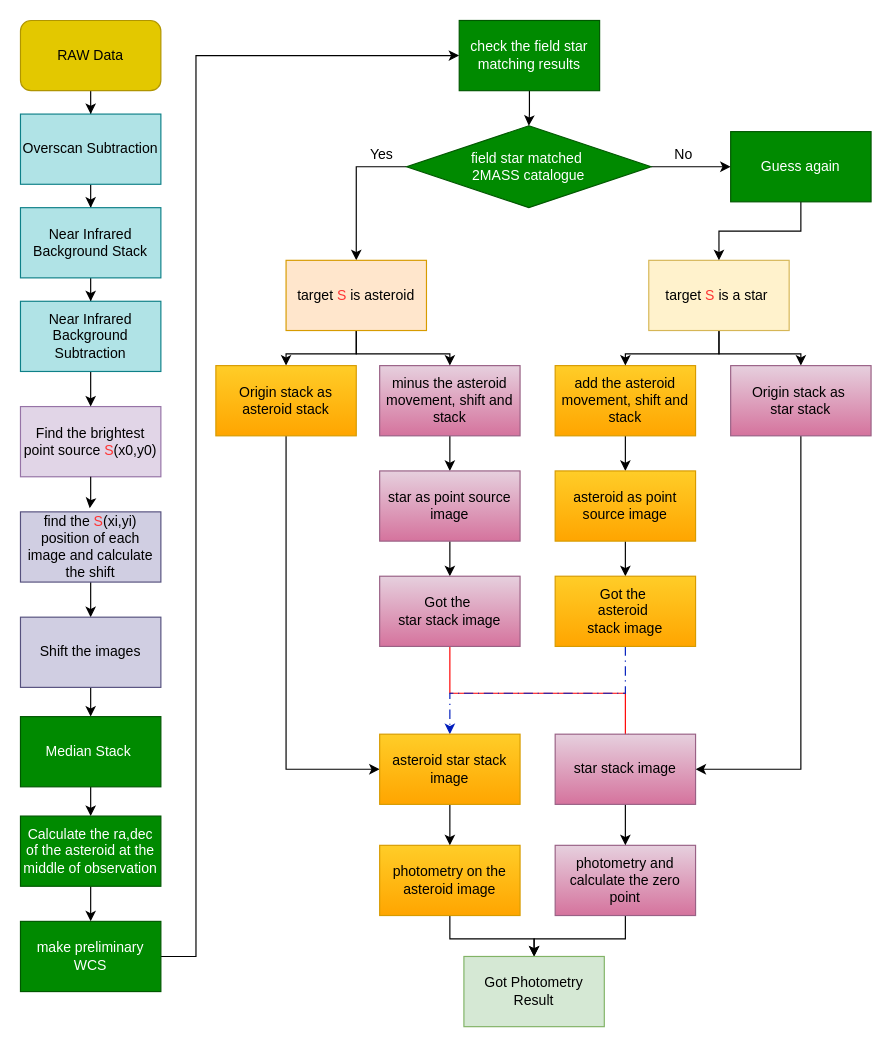
Above: 未命名绘图.drawio in chaorun/TNTPhotometry (draw.io), before the change. Source tidied: cells renumbered, new cells numbered last; positions are measured from the earlier drawing's top-left corner, leaving out a move shared by most shapes. Both pictures are drawn from the tidied source at 117%, with x=0, y=0 at pixel (20, 20).
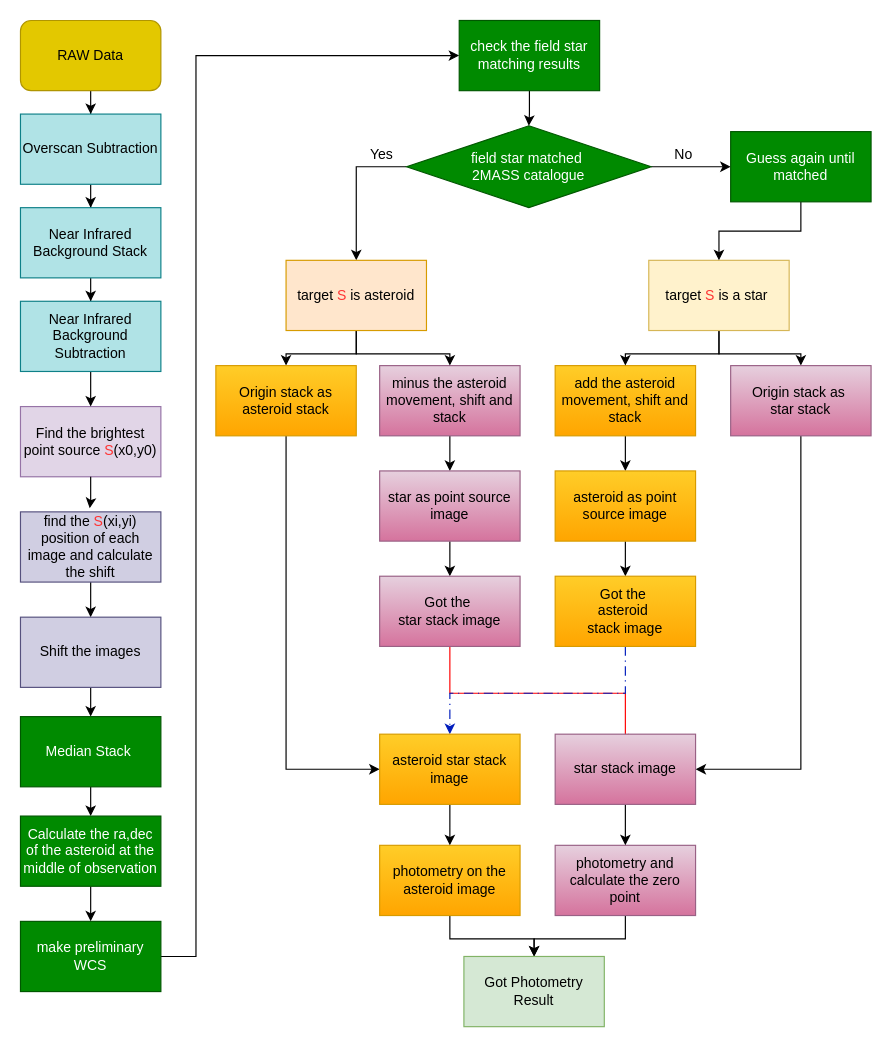
The same diagram, later.

Commit message:
更新未命名绘图.drawio

The edit, as a diff of the source:
```diff
@@
-    <mxCell id="62" value="Guess again" style="rounded=0;whiteSpace=wrap;html=1;fillColor=#008a00;fontColor=#ffffff;strokeColor=#005700;" parent="1" vertex="1">
+    <mxCell id="62" value="Guess again until matched" style="rounded=0;whiteSpace=wrap;html=1;fillColor=#008a00;fontColor=#ffffff;strokeColor=#005700;" parent="1" vertex="1">
       <mxGeometry x="607" y="95" width="120" height="60" as="geometry" />
     </mxCell>
```
